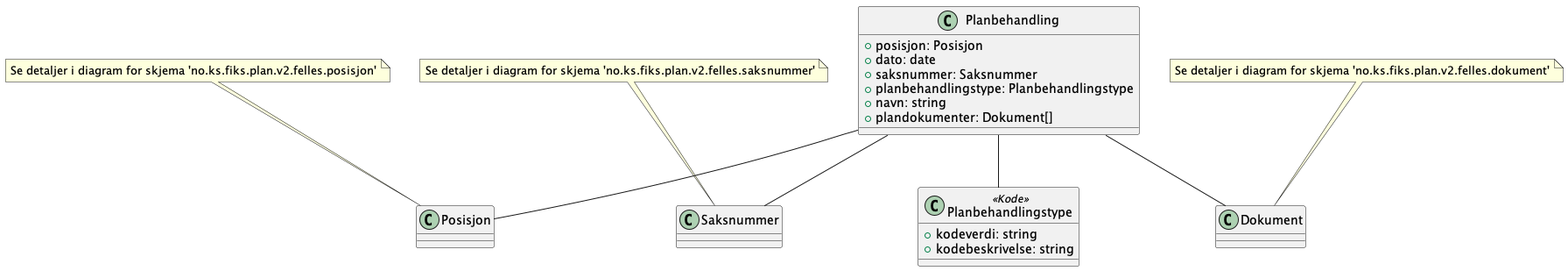
Earlier version of the PlantUML export Dokumentasjon/V2/ClassDiagrams/no.ks.fiks.plan.v2.felles.planbehandling/planbehandling.png (ks-no/fiks-plan-specification).
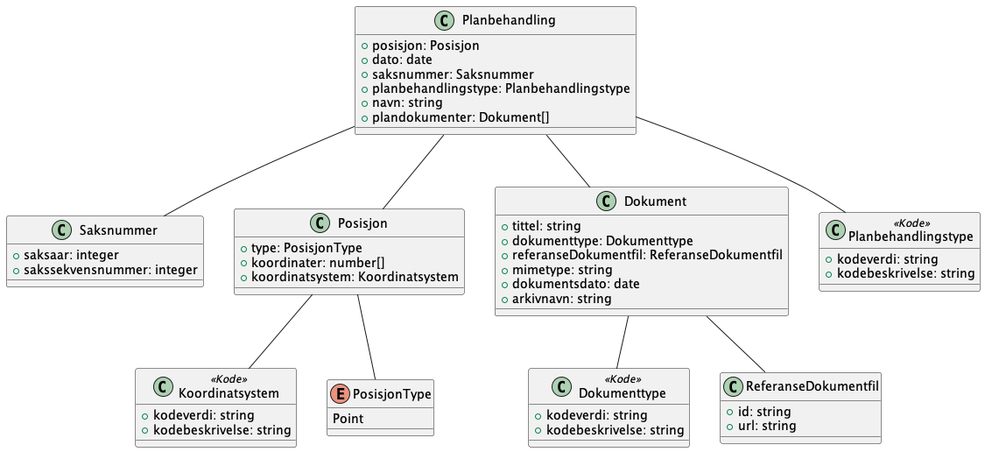
Above is the later version.

What changed in the source:
```diff
@@ -1,4 +1,8 @@
 @startuml
+!include ./../no.ks.fiks.plan.v2.felles.saksnummer/saksnummer.pu
+!include ./../no.ks.fiks.plan.v2.felles.posisjon/posisjon.pu
+!include ./../no.ks.fiks.plan.v2.felles.dokument/dokument.pu
+
 class Planbehandling {
     +posisjon: Posisjon
     +dato: date
@@ -13,10 +17,6 @@
 Planbehandling -- Planbehandlingstype
 Planbehandling -- Dokument
 
-note top of Posisjon : Se detaljer i diagram for skjema 'no.ks.fiks.plan.v2.felles.posisjon'
-note top of Saksnummer : Se detaljer i diagram for skjema 'no.ks.fiks.plan.v2.felles.saksnummer'
-note top of Dokument : Se detaljer i diagram for skjema 'no.ks.fiks.plan.v2.felles.dokument'
-
 class Planbehandlingstype <<Kode>> {
     +kodeverdi: string
     +kodebeskrivelse: string
```
